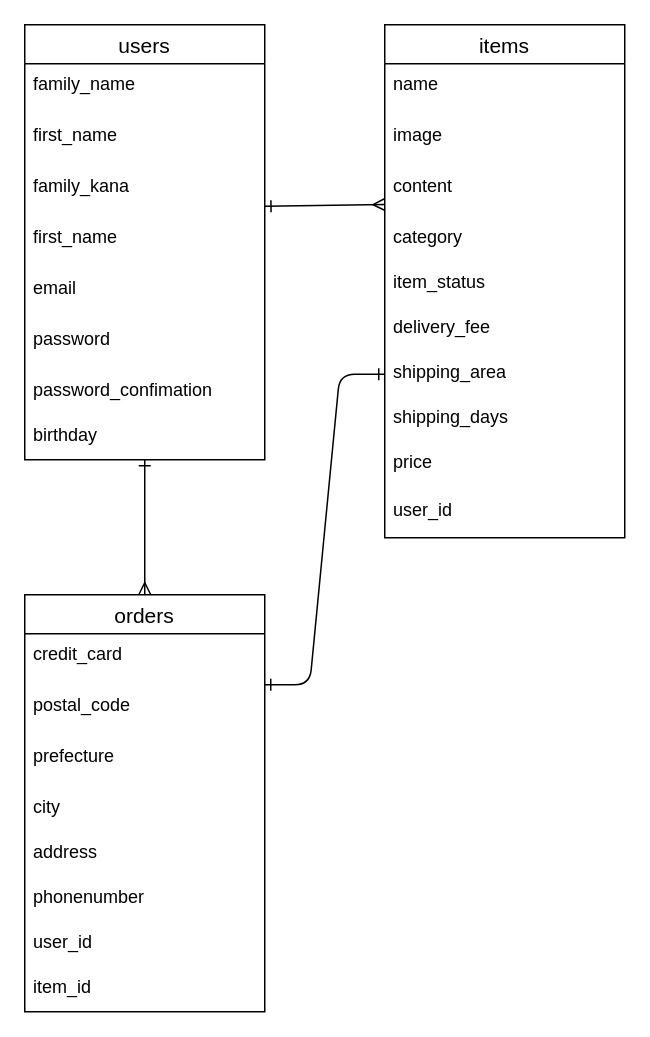
Above: test.dio in Yurika-1016/furima-33991 (draw.io), before the change. Source tidied: cells renumbered, new cells numbered last; positions are measured from the earlier drawing's top-left corner, leaving out a move shared by most shapes. Both pictures are drawn from the tidied source at 150%, with x=0, y=0 at pixel (24, 24).
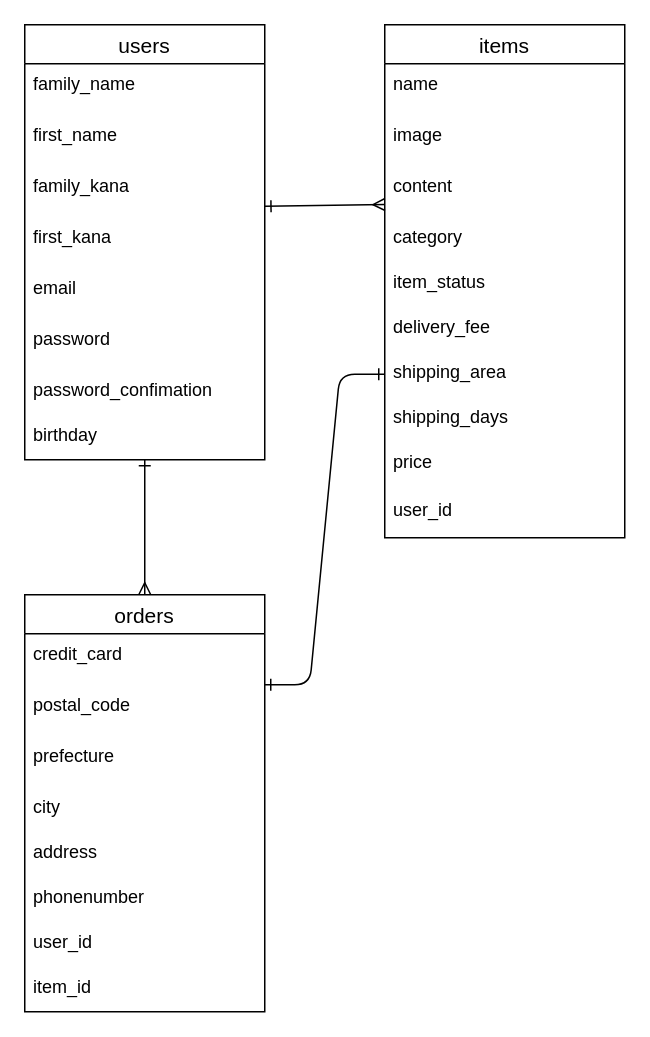
The same diagram, later.

The change refers to these unchanged cells:
```xml
<mxCell id="4" value="users" style="swimlane;fontStyle=0;horizontal=1;startSize=26;align=center;fontSize=14;" parent="1" vertex="1">
  <mxGeometry width="160" height="290" as="geometry" />
</mxCell>
```

Change to the diagram source:
```diff
@@
-    <mxCell id="8" value="first_name" style="text;strokeColor=none;fillColor=none;spacingLeft=4;spacingRight=4;overflow=hidden;fontSize=12;" parent="4" vertex="1">
+    <mxCell id="8" value="first_kana" style="text;strokeColor=none;fillColor=none;spacingLeft=4;spacingRight=4;overflow=hidden;fontSize=12;" parent="4" vertex="1">
       <mxGeometry y="128" width="160" height="34" as="geometry" />
     </mxCell>
```
